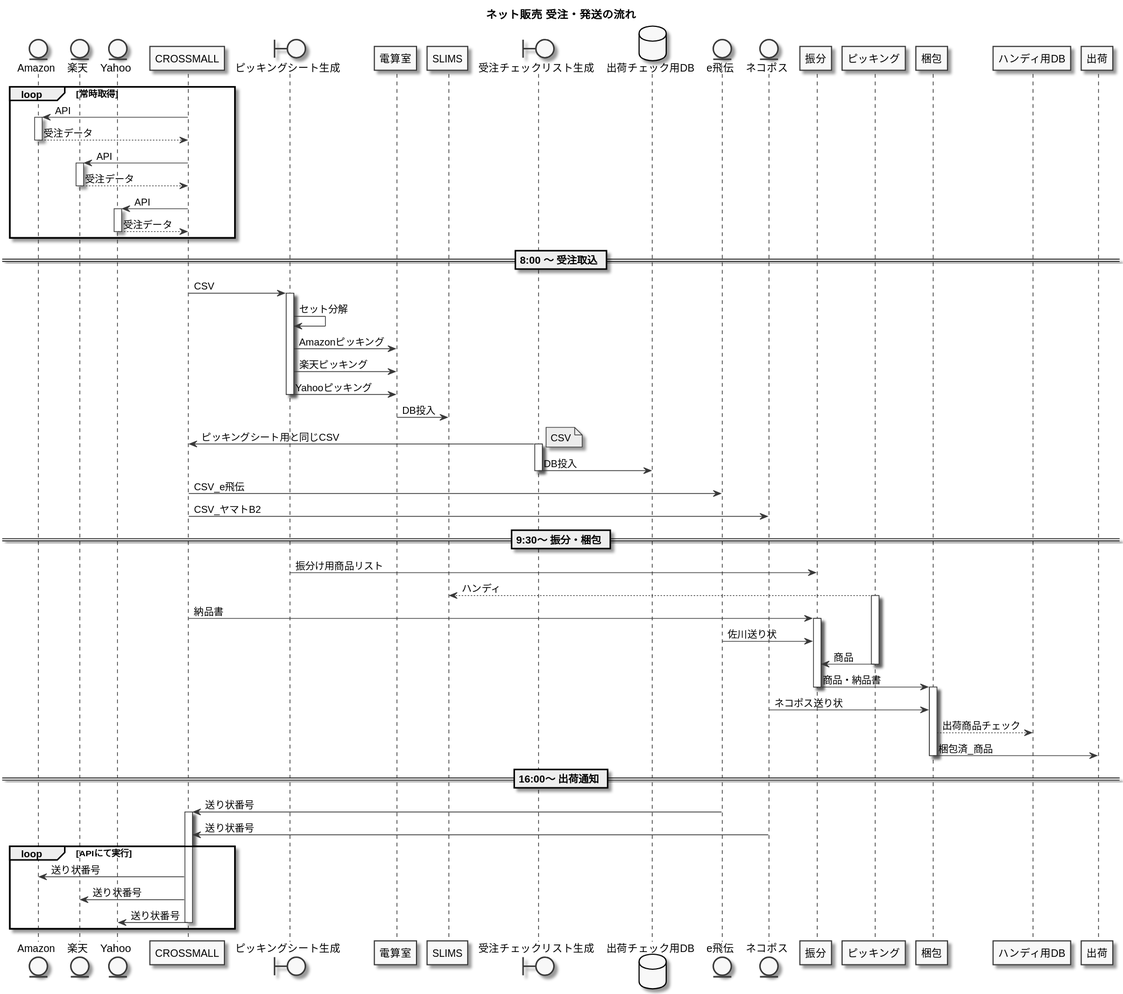
Earlier version of the PlantUML export docs/uml/recieving_orders_process.svg (akiya64/back-yard-macros). Its source is kept beside it as recieving_orders_process.puml. The source it was exported from:
```plantuml
@startuml /uml/recieving_orders_process

skinparam monochrome true

title ネット販売 受注・発送の流れ

entity Amazon
entity 楽天
entity Yahoo

Loop 常時取得

    Amazon <- CROSSMALL :API
    activate Amazon
    Amazon --> CROSSMALL :受注データ
    deactivate Amazon

    楽天 <- CROSSMALL : API
    activate 楽天
    楽天 --> CROSSMALL : 受注データ
    deactivate 楽天

    Yahoo <- CROSSMALL : API
    activate Yahoo
    Yahoo --> CROSSMALL : 受注データ
    deactivate Yahoo
end

deactivate CROSSMALL

== 8:00 ～ 受注取込 ==

Boundary ピッキングシート生成

CROSSMALL -> ピッキングシート生成 : CSV

activate ピッキングシート生成

    ピッキングシート生成 -> ピッキングシート生成 : セット分解

    ピッキングシート生成 -> 電算室 : Amazonピッキング
    ピッキングシート生成 -> 電算室 : 楽天ピッキング
    ピッキングシート生成 -> 電算室 : Yahooピッキング

deactivate ピッキングシート生成

電算室 -> SLIMS : DB投入

Boundary 受注チェックリスト生成

CROSSMALL <- 受注チェックリスト生成 : ピッキングシート用と同じCSV

Note Right
    CSV
end note

activate 受注チェックリスト生成

    database 出荷チェック用DB
    受注チェックリスト生成 -> 出荷チェック用DB :DB投入

deactivate 受注チェックリスト生成

entity e飛伝
entity ネコポス

CROSSMALL -> e飛伝 :CSV_e飛伝
CROSSMALL -> ネコポス :CSV_ヤマトB2

== 9:30～ 振分・梱包 ==

ピッキングシート生成 -> 振分 : 振分け用商品リスト

SLIMS <-- ピッキング : ハンディ

activate ピッキング

    CROSSMALL -> 振分 : 納品書

    activate 振分
    e飛伝 -> 振分 : 佐川送り状
    ピッキング -> 振分 : 商品

deactivate ピッキング

    振分 -> 梱包 : 商品・納品書

    deactivate 振分

activate 梱包

    ネコポス -> 梱包 : ネコポス送り状

    ハンディ用DB <-- 梱包 : 出荷商品チェック

    梱包 -> 出荷 : 梱包済_商品

deactivate 梱包

== 16:00～ 出荷通知 ==

e飛伝 -> CROSSMALL : 送り状番号
activate CROSSMALL
ネコポス -> CROSSMALL : 送り状番号

Loop APIにて実行
    CROSSMALL -> Amazon : 送り状番号
    CROSSMALL -> 楽天 : 送り状番号
    CROSSMALL -> Yahoo : 送り状番号
    deactivate CROSSMALL
end

@enduml
```
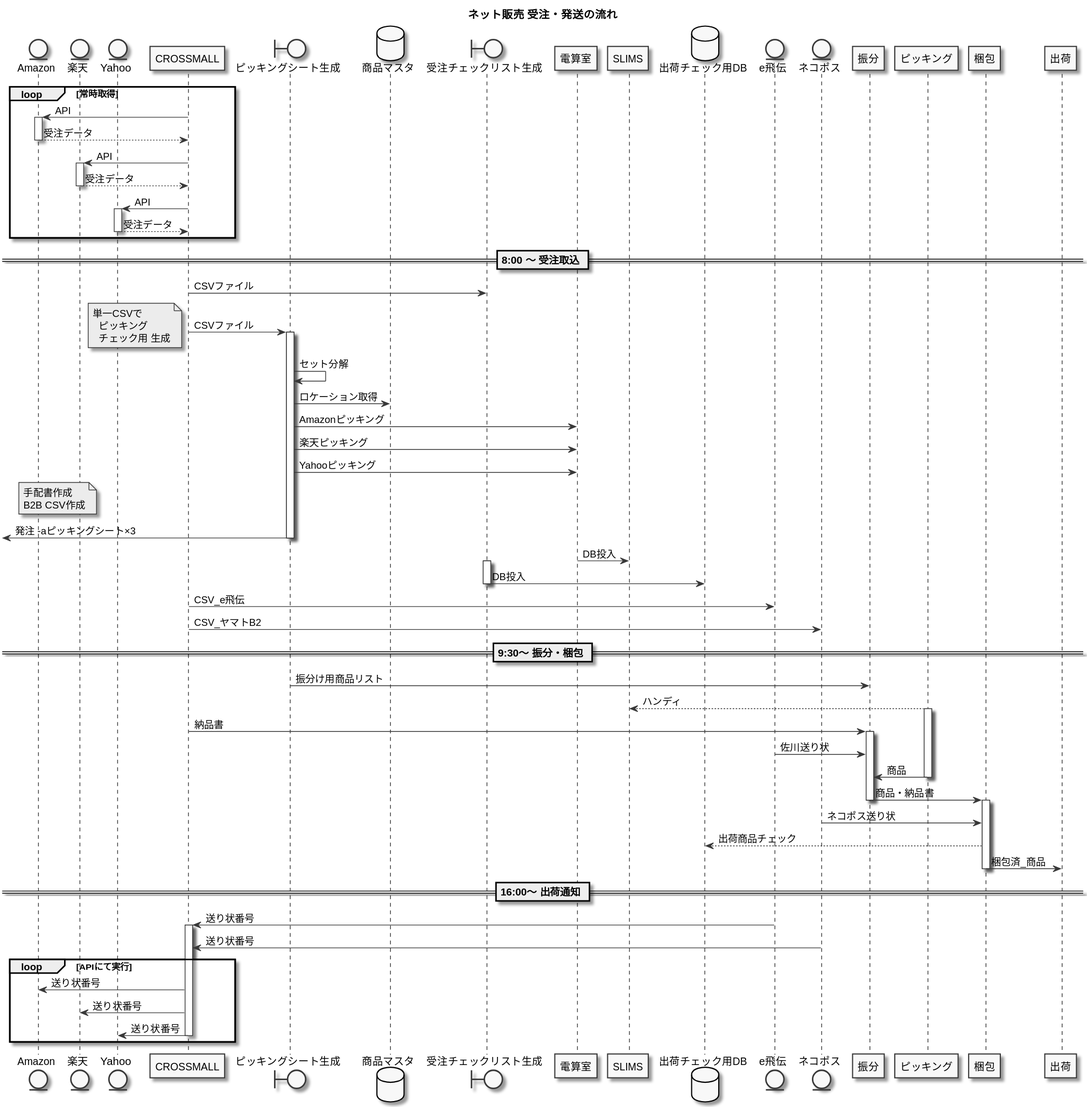
After the commit.

Diff of the diagram source:
```diff
@@ -1,4 +1,4 @@
-@startuml /uml/recieving_orders_process
+@startuml recieving_orders_process
 
 skinparam monochrome true
 
@@ -31,28 +31,39 @@
 == 8:00 ～ 受注取込 ==
 
 Boundary ピッキングシート生成
+database 商品マスタ
 
-CROSSMALL -> ピッキングシート生成 : CSV
+Boundary 受注チェックリスト生成
+CROSSMALL -> 受注チェックリスト生成 : CSVファイル
+
+CROSSMALL -> ピッキングシート生成 : CSVファイル
+
+Note Left
+単一CSVで
+  ピッキング
+  チェック用 生成
+end note
 
 activate ピッキングシート生成
 
     ピッキングシート生成 -> ピッキングシート生成 : セット分解
 
+    ピッキングシート生成 -> 商品マスタ : ロケーション取得
+
     ピッキングシート生成 -> 電算室 : Amazonピッキング
     ピッキングシート生成 -> 電算室 : 楽天ピッキング
     ピッキングシート生成 -> 電算室 : Yahooピッキング
 
+note over Amazon,楽天
+    手配書作成
+    B2B CSV作成
+end note
+
+[<- ピッキングシート生成 : 発注 -aピッキングシート×3
+
 deactivate ピッキングシート生成
 
 電算室 -> SLIMS : DB投入
-
-Boundary 受注チェックリスト生成
-
-CROSSMALL <- 受注チェックリスト生成 : ピッキングシート用と同じCSV
-
-Note Right
-    CSV
-end note
 
 activate 受注チェックリスト生成
 
@@ -91,7 +102,7 @@
 
     ネコポス -> 梱包 : ネコポス送り状
 
-    ハンディ用DB <-- 梱包 : 出荷商品チェック
+    出荷チェック用DB <-- 梱包 : 出荷商品チェック
 
     梱包 -> 出荷 : 梱包済_商品
 
```
